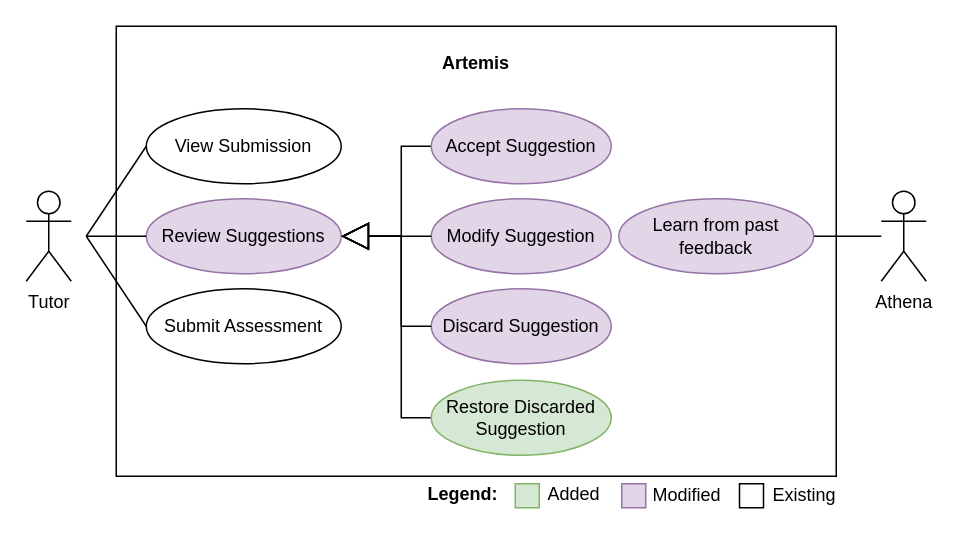
This is page "artemis-presentation" (2 of 4) of figures/src/use-case.drawio from pal03377/master-thesis, a draw.io file, before an edit. Source tidied: cells renumbered, new cells numbered last; positions are measured from the earlier drawing's top-left corner, leaving out a move shared by most shapes. Both pictures are drawn from the tidied source at 150%, with x=0, y=0 at pixel (26, 26).
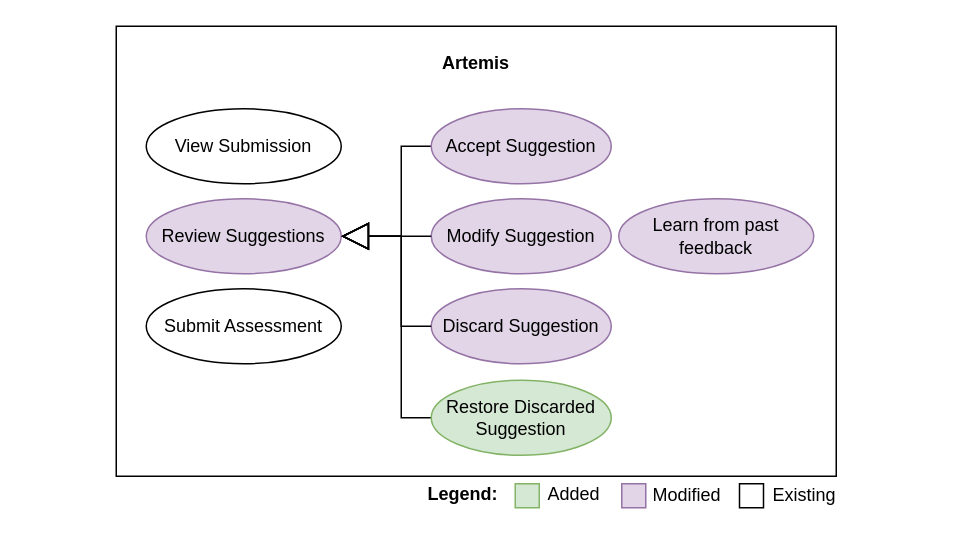
The same diagram, later.

Unchanged cells that the change refers to:
```xml
<mxCell id="6" value="View Submission" style="ellipse;whiteSpace=wrap;html=1;" parent="1" vertex="1">
  <mxGeometry x="80" y="55" width="130" height="50" as="geometry" />
</mxCell>
<mxCell id="7" value="Review Suggestions" style="ellipse;whiteSpace=wrap;html=1;fillColor=#e1d5e7;strokeColor=#9673a6;" parent="1" vertex="1">
  <mxGeometry x="80" y="115" width="130" height="50" as="geometry" />
</mxCell>
<mxCell id="8" value="Submit Assessment" style="ellipse;whiteSpace=wrap;html=1;" parent="1" vertex="1">
  <mxGeometry x="80" y="175" width="130" height="50" as="geometry" />
</mxCell>
<mxCell id="13" value="Learn from past feedback" style="ellipse;whiteSpace=wrap;html=1;fillColor=#e1d5e7;strokeColor=#9673a6;" parent="1" vertex="1">
  <mxGeometry x="395" y="115" width="130" height="50" as="geometry" />
</mxCell>
```

What changed in the source:
```diff
@@
-    <mxCell id="4" value="Tutor" style="shape=umlActor;verticalLabelPosition=bottom;verticalAlign=top;html=1;" parent="1" vertex="1">
-      <mxGeometry y="110" width="30" height="60" as="geometry" />
-    </mxCell>
-    <mxCell id="5" style="rounded=0;jettySize=auto;html=1;exitX=0;exitY=0.5;exitDx=0;exitDy=0;endArrow=none;endFill=0;" parent="1" edge="1" source="6">
-      <mxGeometry relative="1" as="geometry">
-        <mxPoint x="40" y="140" as="targetPoint" />
-      </mxGeometry>
-    </mxCell>
@@
-    <mxCell id="9" style="rounded=0;jettySize=auto;html=1;exitX=0;exitY=0.5;exitDx=0;exitDy=0;endArrow=none;endFill=0;" parent="1" edge="1" source="7">
-      <mxGeometry relative="1" as="geometry">
-        <mxPoint x="40" y="140" as="targetPoint" />
-      </mxGeometry>
-    </mxCell>
-    <mxCell id="10" style="rounded=0;jettySize=auto;html=1;exitX=0;exitY=0.5;exitDx=0;exitDy=0;endArrow=none;endFill=0;" parent="1" edge="1" source="8">
-      <mxGeometry relative="1" as="geometry">
-        <mxPoint x="40" y="140" as="targetPoint" />
-      </mxGeometry>
-    </mxCell>
-    <mxCell id="11" value="Athena" style="shape=umlActor;verticalLabelPosition=bottom;verticalAlign=top;html=1;outlineConnect=0;" parent="1" vertex="1">
-      <mxGeometry x="570" y="110" width="30" height="60" as="geometry" />
-    </mxCell>
-    <mxCell id="12" style="edgeStyle=none;rounded=0;jettySize=auto;html=1;exitX=1;exitY=0.5;exitDx=0;exitDy=0;endArrow=none;endFill=0;" parent="1" edge="1" source="13" target="11">
-      <mxGeometry relative="1" as="geometry" />
-    </mxCell>
```
